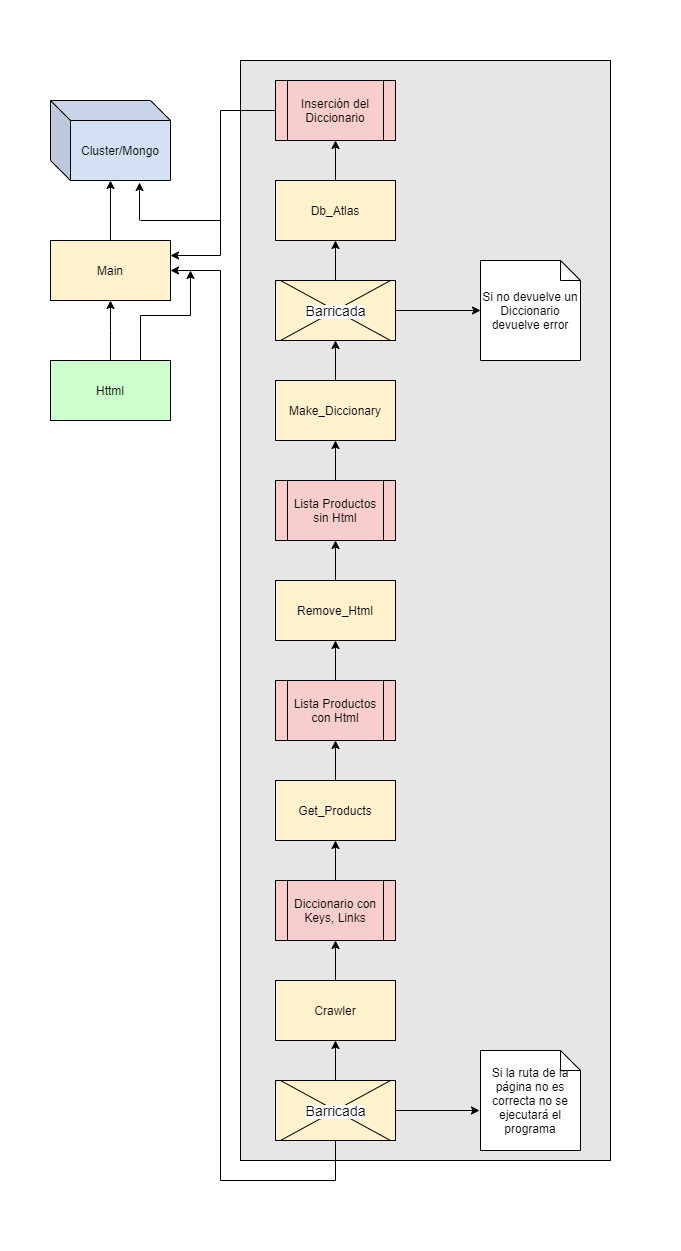
Earlier version of the draw.io export Doc/Diagrama Arquitectura.png (gasparnovel/proyecto_transversal). Source tidied: cells renumbered, new cells last; positions are measured from the earlier drawing's top-left corner, leaving out a move shared by most shapes. Source of this version:
```xml
<mxGraphModel>
  <root>
    <mxCell id="0" />
    <mxCell id="1" parent="0" />
    <mxCell id="2" style="whiteSpace=wrap;html=1;align=center;fillColor=#FFFFFF;strokeColor=#FFFFFF;" parent="1" vertex="1">
      <mxGeometry width="680" height="1250" as="geometry" />
    </mxCell>
    <mxCell id="3" style="rounded=0;whiteSpace=wrap;html=1;fillColor=#E6E6E6;" parent="1" vertex="1">
      <mxGeometry x="240" y="60" width="370" height="1100" as="geometry" />
    </mxCell>
    <mxCell id="4" style="edgeStyle=orthogonalEdgeStyle;rounded=0;jettySize=auto;html=1;entryX=0.5;entryY=1;entryDx=0;entryDy=0;" parent="1" edge="1" source="6" target="17">
      <mxGeometry relative="1" as="geometry">
        <Array as="points">
          <mxPoint x="110" y="330" />
          <mxPoint x="110" y="330" />
        </Array>
      </mxGeometry>
    </mxCell>
    <mxCell id="5" style="edgeStyle=orthogonalEdgeStyle;rounded=0;jettySize=auto;html=1;exitX=0.75;exitY=0;exitDx=0;exitDy=0;" parent="1" edge="1" source="6">
      <mxGeometry relative="1" as="geometry">
        <mxPoint x="190" y="270" as="targetPoint" />
      </mxGeometry>
    </mxCell>
    <mxCell id="6" value="Httml" style="rounded=0;whiteSpace=wrap;html=1;fillColor=#CCFFCC;" parent="1" vertex="1">
      <mxGeometry x="50" y="360" width="120" height="60" as="geometry" />
    </mxCell>
    <mxCell id="7" style="edgeStyle=orthogonalEdgeStyle;rounded=0;jettySize=auto;html=1;exitX=0.5;exitY=0;exitDx=0;exitDy=0;entryX=0.5;entryY=1;entryDx=0;entryDy=0;" parent="1" edge="1" source="8" target="32">
      <mxGeometry relative="1" as="geometry" />
    </mxCell>
    <mxCell id="8" value="Get_Products" style="rounded=0;whiteSpace=wrap;html=1;fillColor=#FFF2CC;" parent="1" vertex="1">
      <mxGeometry x="275" y="780" width="120" height="60" as="geometry" />
    </mxCell>
    <mxCell id="9" style="edgeStyle=orthogonalEdgeStyle;rounded=0;jettySize=auto;html=1;exitX=0.5;exitY=0;exitDx=0;exitDy=0;entryX=0.5;entryY=1;entryDx=0;entryDy=0;" parent="1" edge="1" source="10" target="34">
      <mxGeometry relative="1" as="geometry" />
    </mxCell>
    <mxCell id="10" value="Remove_Html" style="rounded=0;whiteSpace=wrap;html=1;fillColor=#FFF2CC;" parent="1" vertex="1">
      <mxGeometry x="275" y="580" width="120" height="60" as="geometry" />
    </mxCell>
    <mxCell id="11" style="edgeStyle=orthogonalEdgeStyle;rounded=0;jettySize=auto;html=1;exitX=0.5;exitY=0;exitDx=0;exitDy=0;entryX=0.5;entryY=1;entryDx=0;entryDy=0;" parent="1" edge="1" source="12" target="25">
      <mxGeometry relative="1" as="geometry" />
    </mxCell>
    <mxCell id="12" value="Make_Diccionary" style="rounded=0;whiteSpace=wrap;html=1;fillColor=#FFF2CC;" parent="1" vertex="1">
      <mxGeometry x="275" y="380" width="120" height="60" as="geometry" />
    </mxCell>
    <mxCell id="13" style="edgeStyle=orthogonalEdgeStyle;rounded=0;orthogonalLoop=1;jettySize=auto;html=1;exitX=0.5;exitY=1;exitDx=0;exitDy=0;" parent="1" edge="1" source="3" target="3">
      <mxGeometry relative="1" as="geometry" />
    </mxCell>
    <mxCell id="14" style="edgeStyle=orthogonalEdgeStyle;rounded=0;jettySize=auto;html=1;exitX=0.5;exitY=0;exitDx=0;exitDy=0;entryX=0.5;entryY=1;entryDx=0;entryDy=0;" parent="1" edge="1" source="15" target="23">
      <mxGeometry relative="1" as="geometry" />
    </mxCell>
    <mxCell id="15" value="Db_Atlas" style="rounded=0;whiteSpace=wrap;html=1;fillColor=#FFF2CC;" parent="1" vertex="1">
      <mxGeometry x="275" y="180" width="120" height="60" as="geometry" />
    </mxCell>
    <mxCell id="16" style="edgeStyle=orthogonalEdgeStyle;rounded=0;jettySize=auto;html=1;exitX=0.5;exitY=0;exitDx=0;exitDy=0;entryX=0.5;entryY=1;entryDx=0;entryDy=0;" parent="1" edge="1" source="17">
      <mxGeometry relative="1" as="geometry">
        <mxPoint x="110" y="180" as="targetPoint" />
      </mxGeometry>
    </mxCell>
    <mxCell id="17" value="Main" style="rounded=0;whiteSpace=wrap;html=1;fillColor=#FFF2CC;" parent="1" vertex="1">
      <mxGeometry x="50" y="240" width="120" height="60" as="geometry" />
    </mxCell>
    <mxCell id="18" value="Crawler" style="rounded=0;whiteSpace=wrap;html=1;fillColor=#FFF2CC;" parent="1" vertex="1">
      <mxGeometry x="275" y="980" width="120" height="60" as="geometry" />
    </mxCell>
    <mxCell id="19" style="edgeStyle=orthogonalEdgeStyle;rounded=0;jettySize=auto;html=1;exitX=0;exitY=0.5;exitDx=0;exitDy=0;entryX=1;entryY=0.25;entryDx=0;entryDy=0;" parent="1" edge="1" source="23" target="17">
      <mxGeometry relative="1" as="geometry">
        <Array as="points">
          <mxPoint x="220" y="110" />
          <mxPoint x="220" y="255" />
        </Array>
      </mxGeometry>
    </mxCell>
    <mxCell id="20" value="&lt;span&gt;Cluster/Mongo&lt;/span&gt;" style="shape=cube;whiteSpace=wrap;html=1;boundedLbl=1;backgroundOutline=1;darkOpacity=0.05;darkOpacity2=0.1;fillColor=#D4E1F5;" parent="1" vertex="1">
      <mxGeometry x="50" y="100" width="120" height="80" as="geometry" />
    </mxCell>
    <mxCell id="21" style="endArrow=none;html=1;" parent="1" edge="1">
      <mxGeometry relative="1" as="geometry">
        <mxPoint x="140" y="220" as="sourcePoint" />
        <mxPoint x="220" y="220" as="targetPoint" />
      </mxGeometry>
    </mxCell>
    <mxCell id="22" style="endArrow=classic;html=1;entryX=0.742;entryY=1.025;entryDx=0;entryDy=0;entryPerimeter=0;" parent="1" edge="1" target="20">
      <mxGeometry relative="1" as="geometry">
        <mxPoint x="139" y="220" as="sourcePoint" />
      </mxGeometry>
    </mxCell>
    <mxCell id="23" value="Inserción del Diccionario" style="shape=process;whiteSpace=wrap;html=1;backgroundOutline=1;fillColor=#F8CECC;" parent="1" vertex="1">
      <mxGeometry x="275" y="80" width="120" height="60" as="geometry" />
    </mxCell>
    <mxCell id="24" style="group;" parent="1" vertex="1">
      <mxGeometry x="275" y="280" width="120" height="60" as="geometry" />
    </mxCell>
    <mxCell id="25" style="rounded=0;whiteSpace=wrap;html=1;fillColor=#FFF2CC;" parent="24" vertex="1">
      <mxGeometry width="120" height="60" as="geometry" />
    </mxCell>
    <mxCell id="26" style="shape=umlDestroy;fillColor=#CCFFCC;" parent="24" vertex="1">
      <mxGeometry x="5" width="110" height="60" as="geometry" />
    </mxCell>
    <mxCell id="27" value="&lt;span style=&quot;background-color: rgb(255 , 255 , 255)&quot;&gt;&lt;font style=&quot;font-size: 14px&quot;&gt;Barricada&lt;/font&gt;&lt;/span&gt;" style="text;html=1;align=center;verticalAlign=middle;" parent="24" vertex="1">
      <mxGeometry x="20" y="20" width="80" height="20" as="geometry" />
    </mxCell>
    <mxCell id="28" style="edgeStyle=orthogonalEdgeStyle;rounded=0;jettySize=auto;html=1;exitX=0.5;exitY=0;exitDx=0;exitDy=0;entryX=0.5;entryY=1;entryDx=0;entryDy=0;" parent="1" edge="1" source="25" target="15">
      <mxGeometry relative="1" as="geometry" />
    </mxCell>
    <mxCell id="29" style="edgeStyle=orthogonalEdgeStyle;rounded=0;jettySize=auto;html=1;exitX=0.5;exitY=0;exitDx=0;exitDy=0;entryX=0.5;entryY=1;entryDx=0;entryDy=0;" parent="1" edge="1" source="30" target="8">
      <mxGeometry relative="1" as="geometry" />
    </mxCell>
    <mxCell id="30" value="Diccionario con Keys, Links" style="shape=process;whiteSpace=wrap;html=1;backgroundOutline=1;fillColor=#F8CECC;" parent="1" vertex="1">
      <mxGeometry x="275" y="880" width="120" height="60" as="geometry" />
    </mxCell>
    <mxCell id="31" style="edgeStyle=orthogonalEdgeStyle;rounded=0;jettySize=auto;html=1;exitX=0.5;exitY=0;exitDx=0;exitDy=0;entryX=0.5;entryY=1;entryDx=0;entryDy=0;" parent="1" edge="1" source="32" target="10">
      <mxGeometry relative="1" as="geometry" />
    </mxCell>
    <mxCell id="32" value="Lista Productos con Html" style="shape=process;whiteSpace=wrap;html=1;backgroundOutline=1;fillColor=#F8CECC;" parent="1" vertex="1">
      <mxGeometry x="275" y="680" width="120" height="60" as="geometry" />
    </mxCell>
    <mxCell id="33" style="edgeStyle=orthogonalEdgeStyle;rounded=0;jettySize=auto;html=1;exitX=0.5;exitY=0;exitDx=0;exitDy=0;entryX=0.5;entryY=1;entryDx=0;entryDy=0;" parent="1" edge="1" source="34" target="12">
      <mxGeometry relative="1" as="geometry" />
    </mxCell>
    <mxCell id="34" value="Lista Productos sin Html" style="shape=process;whiteSpace=wrap;html=1;backgroundOutline=1;fillColor=#F8CECC;" parent="1" vertex="1">
      <mxGeometry x="275" y="480" width="120" height="60" as="geometry" />
    </mxCell>
    <mxCell id="35" style="group;" parent="1" vertex="1">
      <mxGeometry x="275" y="1080" width="120" height="60" as="geometry" />
    </mxCell>
    <mxCell id="36" style="rounded=0;whiteSpace=wrap;html=1;fillColor=#FFF2CC;" parent="35" vertex="1">
      <mxGeometry width="120" height="60" as="geometry" />
    </mxCell>
    <mxCell id="37" style="shape=umlDestroy;fillColor=#CCFFCC;" parent="35" vertex="1">
      <mxGeometry x="5" width="110" height="60" as="geometry" />
    </mxCell>
    <mxCell id="38" value="&lt;span style=&quot;background-color: rgb(255 , 255 , 255)&quot;&gt;&lt;font style=&quot;font-size: 14px&quot;&gt;Barricada&lt;/font&gt;&lt;/span&gt;" style="text;html=1;align=center;verticalAlign=middle;" parent="35" vertex="1">
      <mxGeometry x="20" y="20" width="80" height="20" as="geometry" />
    </mxCell>
    <mxCell id="39" style="edgeStyle=orthogonalEdgeStyle;rounded=0;jettySize=auto;html=1;exitX=0.5;exitY=0;exitDx=0;exitDy=0;entryX=0.5;entryY=1;entryDx=0;entryDy=0;" parent="1" edge="1" source="36" target="18">
      <mxGeometry relative="1" as="geometry" />
    </mxCell>
    <mxCell id="40" style="edgeStyle=orthogonalEdgeStyle;rounded=0;jettySize=auto;html=1;exitX=0.5;exitY=0;exitDx=0;exitDy=0;entryX=0.5;entryY=1;entryDx=0;entryDy=0;" parent="1" edge="1" source="18" target="30">
      <mxGeometry relative="1" as="geometry" />
    </mxCell>
    <mxCell id="41" style="edgeStyle=orthogonalEdgeStyle;rounded=0;jettySize=auto;html=1;exitX=0.5;exitY=1;exitDx=0;exitDy=0;entryX=1;entryY=0.5;entryDx=0;entryDy=0;" parent="1" edge="1" source="36" target="17">
      <mxGeometry relative="1" as="geometry">
        <Array as="points">
          <mxPoint x="335" y="1180" />
          <mxPoint x="220" y="1180" />
          <mxPoint x="220" y="270" />
        </Array>
      </mxGeometry>
    </mxCell>
    <mxCell id="42" value="Si la ruta de la página no es correcta no se ejecutará el programa" style="shape=note;size=20;whiteSpace=wrap;html=1;fillColor=#FFFFFF;" parent="1" vertex="1">
      <mxGeometry x="480" y="1050" width="100" height="100" as="geometry" />
    </mxCell>
    <mxCell id="43" value="Si no devuelve un Diccionario devuelve error" style="shape=note;size=20;whiteSpace=wrap;html=1;fillColor=#FFFFFF;" parent="1" vertex="1">
      <mxGeometry x="480" y="260" width="100" height="100" as="geometry" />
    </mxCell>
    <mxCell id="44" style="edgeStyle=orthogonalEdgeStyle;rounded=0;jettySize=auto;html=1;exitX=1;exitY=0.5;exitDx=0;exitDy=0;entryX=0;entryY=0.5;entryDx=0;entryDy=0;entryPerimeter=0;" parent="1" edge="1" source="25" target="43">
      <mxGeometry relative="1" as="geometry" />
    </mxCell>
    <mxCell id="45" style="edgeStyle=orthogonalEdgeStyle;rounded=0;jettySize=auto;html=1;exitX=1;exitY=0.5;exitDx=0;exitDy=0;entryX=-0.01;entryY=0.6;entryDx=0;entryDy=0;entryPerimeter=0;" parent="1" edge="1" source="36" target="42">
      <mxGeometry relative="1" as="geometry" />
    </mxCell>
  </root>
</mxGraphModel>
```
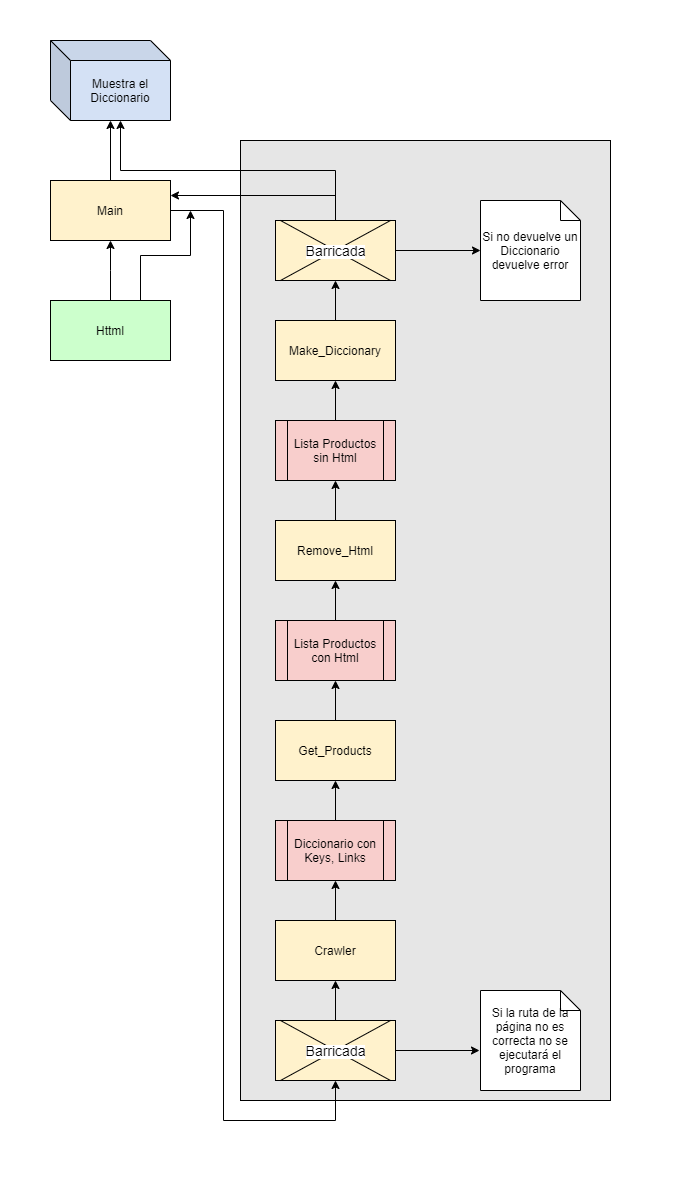
The same file after the commit.

The edit, as a diff of the source:
```diff
@@ -3,10 +3,10 @@
     <mxCell id="0" />
     <mxCell id="1" parent="0" />
     <mxCell id="2" style="whiteSpace=wrap;html=1;align=center;fillColor=#FFFFFF;strokeColor=#FFFFFF;" parent="1" vertex="1">
-      <mxGeometry width="680" height="1250" as="geometry" />
+      <mxGeometry y="60" width="680" height="1190" as="geometry" />
     </mxCell>
     <mxCell id="3" style="rounded=0;whiteSpace=wrap;html=1;fillColor=#E6E6E6;" parent="1" vertex="1">
-      <mxGeometry x="240" y="60" width="370" height="1100" as="geometry" />
+      <mxGeometry x="240" y="200" width="370" height="960" as="geometry" />
     </mxCell>
     <mxCell id="4" style="edgeStyle=orthogonalEdgeStyle;rounded=0;jettySize=auto;html=1;entryX=0.5;entryY=1;entryDx=0;entryDy=0;" parent="1" edge="1" source="6" target="17">
       <mxGeometry relative="1" as="geometry">
@@ -45,48 +45,36 @@
     <mxCell id="13" style="edgeStyle=orthogonalEdgeStyle;rounded=0;orthogonalLoop=1;jettySize=auto;html=1;exitX=0.5;exitY=1;exitDx=0;exitDy=0;" parent="1" edge="1" source="3" target="3">
       <mxGeometry relative="1" as="geometry" />
     </mxCell>
-    <mxCell id="14" style="edgeStyle=orthogonalEdgeStyle;rounded=0;jettySize=auto;html=1;exitX=0.5;exitY=0;exitDx=0;exitDy=0;entryX=0.5;entryY=1;entryDx=0;entryDy=0;" parent="1" edge="1" source="15" target="23">
-      <mxGeometry relative="1" as="geometry" />
-    </mxCell>
-    <mxCell id="15" value="Db_Atlas" style="rounded=0;whiteSpace=wrap;html=1;fillColor=#FFF2CC;" parent="1" vertex="1">
-      <mxGeometry x="275" y="180" width="120" height="60" as="geometry" />
-    </mxCell>
     <mxCell id="16" style="edgeStyle=orthogonalEdgeStyle;rounded=0;jettySize=auto;html=1;exitX=0.5;exitY=0;exitDx=0;exitDy=0;entryX=0.5;entryY=1;entryDx=0;entryDy=0;" parent="1" edge="1" source="17">
       <mxGeometry relative="1" as="geometry">
         <mxPoint x="110" y="180" as="targetPoint" />
       </mxGeometry>
     </mxCell>
+    <mxCell id="46" style="edgeStyle=orthogonalEdgeStyle;rounded=0;jettySize=auto;html=1;entryX=0.5;entryY=1;entryDx=0;entryDy=0;" parent="1" edge="1" source="17" target="36">
+      <mxGeometry relative="1" as="geometry">
+        <Array as="points">
+          <mxPoint x="223" y="270" />
+          <mxPoint x="223" y="1180" />
+          <mxPoint x="335" y="1180" />
+        </Array>
+      </mxGeometry>
+    </mxCell>
     <mxCell id="17" value="Main" style="rounded=0;whiteSpace=wrap;html=1;fillColor=#FFF2CC;" parent="1" vertex="1">
       <mxGeometry x="50" y="240" width="120" height="60" as="geometry" />
     </mxCell>
     <mxCell id="18" value="Crawler" style="rounded=0;whiteSpace=wrap;html=1;fillColor=#FFF2CC;" parent="1" vertex="1">
       <mxGeometry x="275" y="980" width="120" height="60" as="geometry" />
     </mxCell>
-    <mxCell id="19" style="edgeStyle=orthogonalEdgeStyle;rounded=0;jettySize=auto;html=1;exitX=0;exitY=0.5;exitDx=0;exitDy=0;entryX=1;entryY=0.25;entryDx=0;entryDy=0;" parent="1" edge="1" source="23" target="17">
+    <mxCell id="19" style="edgeStyle=orthogonalEdgeStyle;rounded=0;jettySize=auto;html=1;exitX=0.5;exitY=0;exitDx=0;exitDy=0;entryX=1;entryY=0.25;entryDx=0;entryDy=0;" parent="1" edge="1" source="25" target="17">
       <mxGeometry relative="1" as="geometry">
         <Array as="points">
-          <mxPoint x="220" y="110" />
-          <mxPoint x="220" y="255" />
+          <mxPoint x="335" y="255" />
         </Array>
       </mxGeometry>
     </mxCell>
-    <mxCell id="20" value="&lt;span&gt;Cluster/Mongo&lt;/span&gt;" style="shape=cube;whiteSpace=wrap;html=1;boundedLbl=1;backgroundOutline=1;darkOpacity=0.05;darkOpacity2=0.1;fillColor=#D4E1F5;" parent="1" vertex="1">
+    <mxCell id="20" value="Muestra el Diccionario" style="shape=cube;whiteSpace=wrap;html=1;boundedLbl=1;backgroundOutline=1;darkOpacity=0.05;darkOpacity2=0.1;fillColor=#D4E1F5;" parent="1" vertex="1">
       <mxGeometry x="50" y="100" width="120" height="80" as="geometry" />
     </mxCell>
-    <mxCell id="21" style="endArrow=none;html=1;" parent="1" edge="1">
-      <mxGeometry relative="1" as="geometry">
-        <mxPoint x="140" y="220" as="sourcePoint" />
-        <mxPoint x="220" y="220" as="targetPoint" />
-      </mxGeometry>
-    </mxCell>
-    <mxCell id="22" style="endArrow=classic;html=1;entryX=0.742;entryY=1.025;entryDx=0;entryDy=0;entryPerimeter=0;" parent="1" edge="1" target="20">
-      <mxGeometry relative="1" as="geometry">
-        <mxPoint x="139" y="220" as="sourcePoint" />
-      </mxGeometry>
-    </mxCell>
-    <mxCell id="23" value="Inserción del Diccionario" style="shape=process;whiteSpace=wrap;html=1;backgroundOutline=1;fillColor=#F8CECC;" parent="1" vertex="1">
-      <mxGeometry x="275" y="80" width="120" height="60" as="geometry" />
-    </mxCell>
     <mxCell id="24" style="group;" parent="1" vertex="1">
       <mxGeometry x="275" y="280" width="120" height="60" as="geometry" />
     </mxCell>
@@ -99,7 +87,7 @@
     <mxCell id="27" value="&lt;span style=&quot;background-color: rgb(255 , 255 , 255)&quot;&gt;&lt;font style=&quot;font-size: 14px&quot;&gt;Barricada&lt;/font&gt;&lt;/span&gt;" style="text;html=1;align=center;verticalAlign=middle;" parent="24" vertex="1">
       <mxGeometry x="20" y="20" width="80" height="20" as="geometry" />
     </mxCell>
-    <mxCell id="28" style="edgeStyle=orthogonalEdgeStyle;rounded=0;jettySize=auto;html=1;exitX=0.5;exitY=0;exitDx=0;exitDy=0;entryX=0.5;entryY=1;entryDx=0;entryDy=0;" parent="1" edge="1" source="25" target="15">
+    <mxCell id="28" style="edgeStyle=orthogonalEdgeStyle;rounded=0;jettySize=auto;html=1;exitX=0.5;exitY=0;exitDx=0;exitDy=0;entryX=0;entryY=0;entryDx=70;entryDy=80;entryPerimeter=0;" parent="1" edge="1" source="25" target="20">
       <mxGeometry relative="1" as="geometry" />
     </mxCell>
     <mxCell id="29" style="edgeStyle=orthogonalEdgeStyle;rounded=0;jettySize=auto;html=1;exitX=0.5;exitY=0;exitDx=0;exitDy=0;entryX=0.5;entryY=1;entryDx=0;entryDy=0;" parent="1" edge="1" source="30" target="8">
@@ -138,15 +126,6 @@
     <mxCell id="40" style="edgeStyle=orthogonalEdgeStyle;rounded=0;jettySize=auto;html=1;exitX=0.5;exitY=0;exitDx=0;exitDy=0;entryX=0.5;entryY=1;entryDx=0;entryDy=0;" parent="1" edge="1" source="18" target="30">
       <mxGeometry relative="1" as="geometry" />
     </mxCell>
-    <mxCell id="41" style="edgeStyle=orthogonalEdgeStyle;rounded=0;jettySize=auto;html=1;exitX=0.5;exitY=1;exitDx=0;exitDy=0;entryX=1;entryY=0.5;entryDx=0;entryDy=0;" parent="1" edge="1" source="36" target="17">
-      <mxGeometry relative="1" as="geometry">
-        <Array as="points">
-          <mxPoint x="335" y="1180" />
-          <mxPoint x="220" y="1180" />
-          <mxPoint x="220" y="270" />
-        </Array>
-      </mxGeometry>
-    </mxCell>
     <mxCell id="42" value="Si la ruta de la página no es correcta no se ejecutará el programa" style="shape=note;size=20;whiteSpace=wrap;html=1;fillColor=#FFFFFF;" parent="1" vertex="1">
       <mxGeometry x="480" y="1050" width="100" height="100" as="geometry" />
     </mxCell>
```
